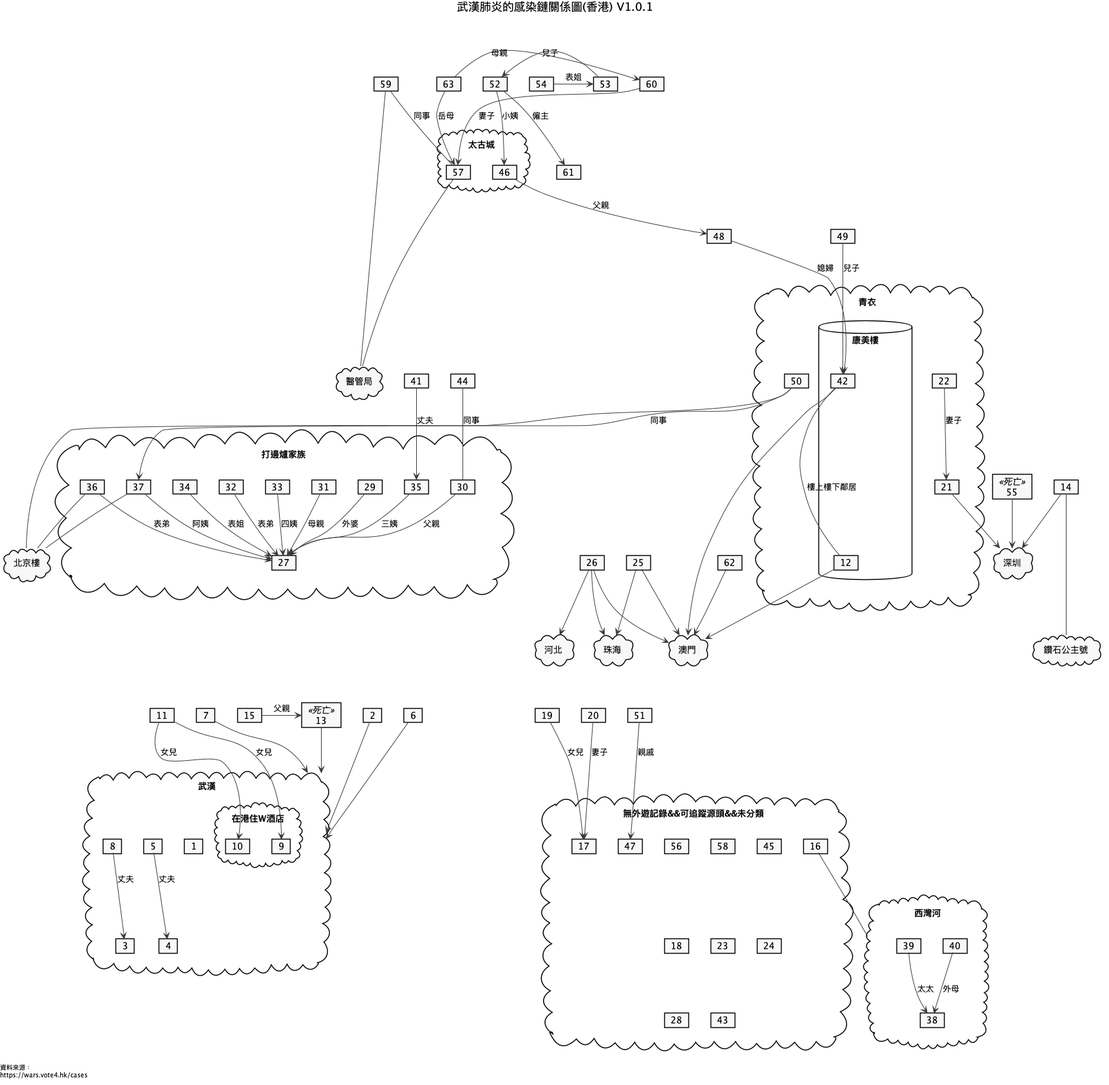
The PlantUML diagram wuhan-virus-spread-hongkong.png in benlau/wuhan-virus-info, before a commit.
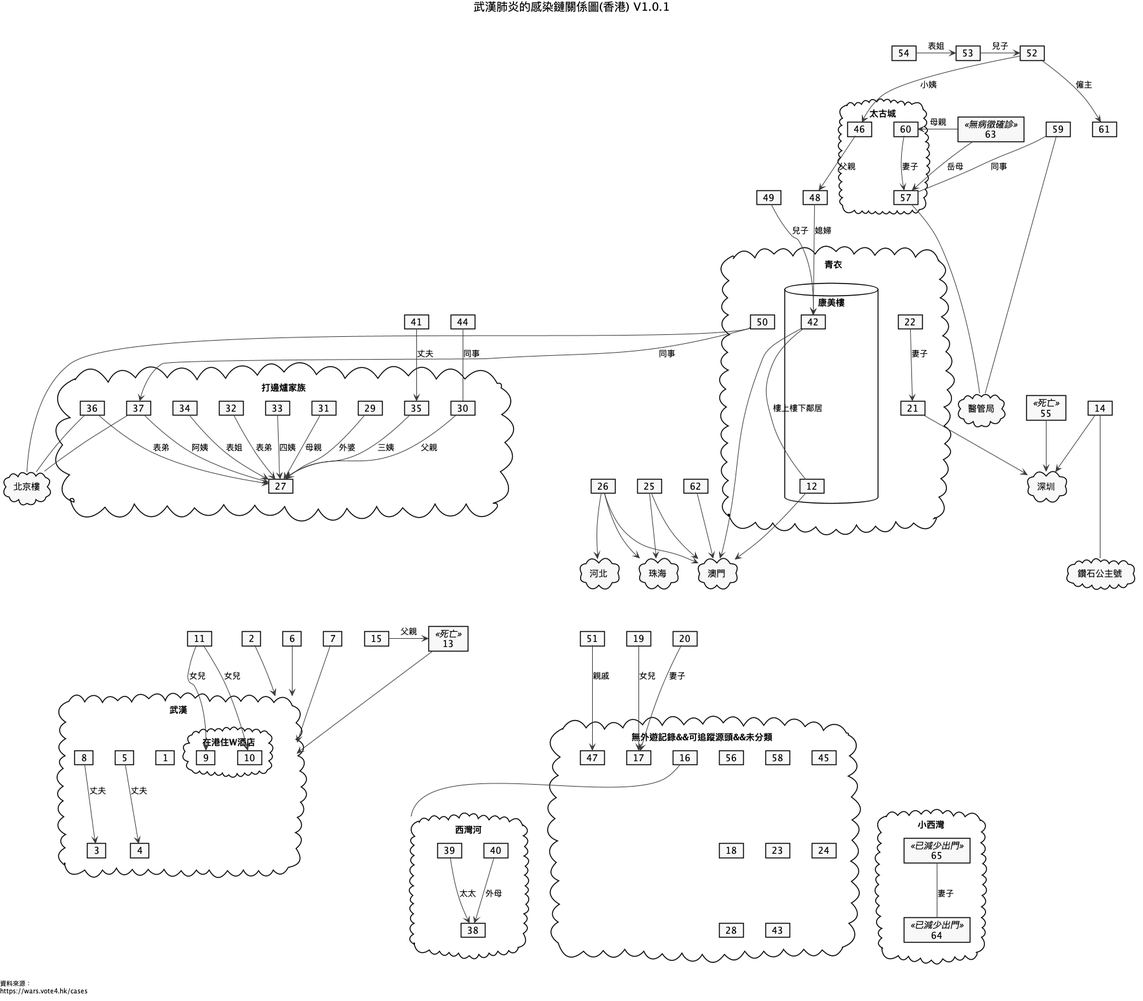
The same file after the commit.

Change to the diagram source:
```diff
@@ -48,6 +48,11 @@
   card 39
   39 --> 38: 太太
   40 --> 38: 外母
+}
+
+cloud "小西灣" {
+	card 64 <<已減少出門>>
+	card 65 <<已減少出門>>
 }
 
 card 41
@@ -113,6 +118,7 @@
 cloud "太古城" as TaikooShing {
 	card 46
 	card 57
+	card 60
 }
 
 cloud "鑽石公主號" as DiamondPrincess
@@ -141,9 +147,8 @@
 card 54
 card 53
 card 55 <<死亡>>
-card 60
 card 62
-card 63
+card 63 <<無病徵確診>>
 
 49 --> 42: 兒子
 46 --> 48: 父親
@@ -186,10 +191,11 @@
 63 -> 60: 母親
 63-> 57: 岳母
 59 -- 57: 同事
+65 -- 64: 妻子
 
 TsingYi -[hidden]----- Wuhan
 HotPotFamily -[hidden]---- NoRecord
-
+SaiWanHo -[hidden] 小西灣
 
 left footer
 資料來源：
```
